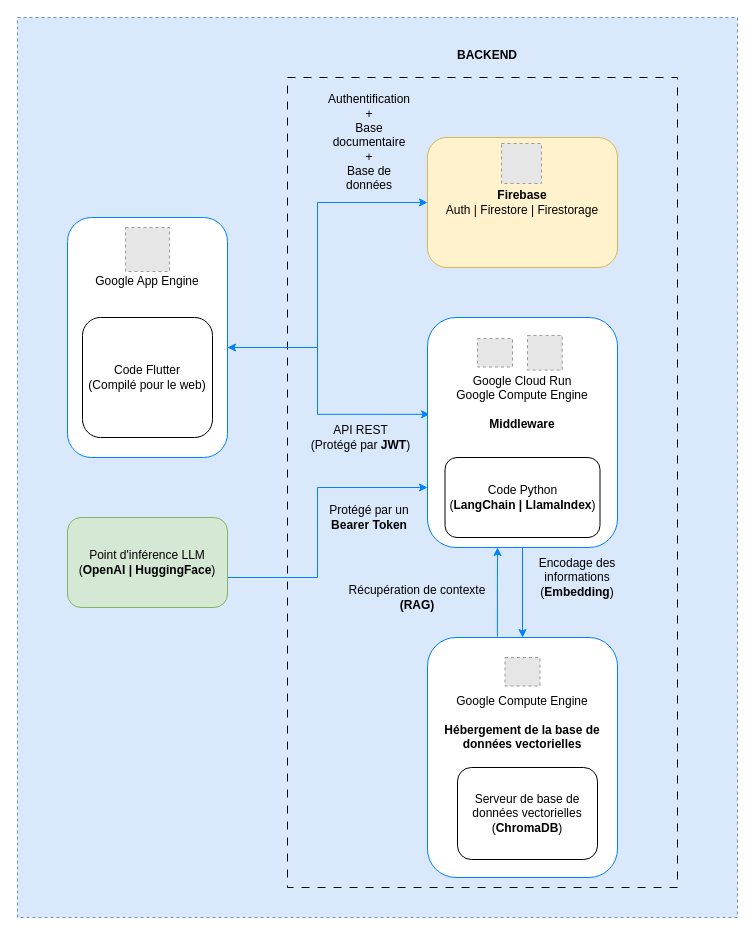
GilYounicorns/Graph keeps this draw.io diagram as page "Page-1" (1 of 3) of Rubix.drawio. Above is the earlier version. Source tidied: cells renumbered, new cells numbered last; positions are measured from the earlier drawing's top-left corner, leaving out a move shared by most shapes. Both pictures are drawn from the tidied source at 100%, with x=0, y=0 at pixel (17, 17). Pictures stored in the file or linked from it are replaced by grey dashed boxes.
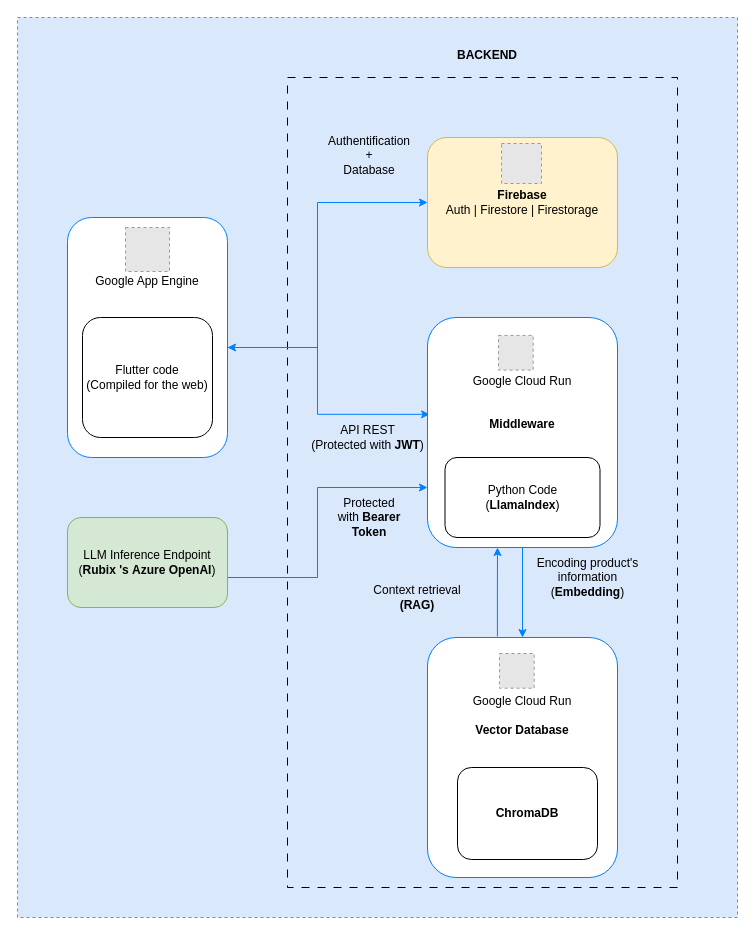
Above is the later version.

Commit message:
Mettre à jour Rubix.drawio

Unchanged cells that the change refers to:
```xml
<mxCell id="16" style="group;" parent="1" vertex="1">
  <mxGeometry x="410" y="620" width="190" height="240" as="geometry" />
</mxCell>
```

What changed in the source:
```diff
@@
-    <mxCell id="7" value="Code Flutter&lt;br&gt;(Compilé pour le web)" style="rounded=1;whiteSpace=wrap;html=1;" parent="1" vertex="1">
+    <mxCell id="7" value="Flutter code&lt;br&gt;(Compiled for the web)" style="rounded=1;whiteSpace=wrap;html=1;" parent="1" vertex="1">
       <mxGeometry x="65" y="300" width="130" height="120" as="geometry" />
     </mxCell>
@@
-    <mxCell id="10" value="Google Cloud Run&lt;br&gt;Google Compute Engine&lt;br&gt;&lt;br&gt;&lt;b&gt;Middleware&lt;/b&gt;" style="rounded=1;whiteSpace=wrap;html=1;verticalAlign=top;spacingTop=50;strokeColor=#007FFF;" parent="1" vertex="1">
+    <mxCell id="10" value="Google Cloud Run&lt;br&gt;&lt;br&gt;&lt;br&gt;&lt;b&gt;Middleware&lt;/b&gt;" style="rounded=1;whiteSpace=wrap;html=1;verticalAlign=top;spacingTop=50;strokeColor=#007FFF;" parent="1" vertex="1">
       <mxGeometry x="410" y="300" width="190" height="230" as="geometry" />
     </mxCell>
-    <mxCell id="11" value="Code Python&lt;br&gt;(&lt;b&gt;LangChain | LlamaIndex&lt;/b&gt;)" style="rounded=1;whiteSpace=wrap;html=1;align=center;" parent="1" vertex="1">
+    <mxCell id="11" value="Python Code&lt;br&gt;(&lt;b&gt;LlamaIndex&lt;/b&gt;)" style="rounded=1;whiteSpace=wrap;html=1;align=center;" parent="1" vertex="1">
       <mxGeometry x="427.5" y="440" width="155" height="80" as="geometry" />
     </mxCell>
@@
-    <mxCell id="13" value="Point d'inférence LLM&lt;br&gt;(&lt;b&gt;OpenAI | HuggingFace&lt;/b&gt;)" style="rounded=1;whiteSpace=wrap;html=1;fillColor=#d5e8d4;strokeColor=#82b366;" parent="1" vertex="1">
+    <mxCell id="13" value="LLM Inference Endpoint&lt;br&gt;(&lt;b&gt;Rubix 's&lt;/b&gt;&amp;nbsp;&lt;b&gt;Azure&lt;/b&gt;&amp;nbsp;&lt;b&gt;OpenAI&lt;/b&gt;)" style="rounded=1;whiteSpace=wrap;html=1;fillColor=#d5e8d4;strokeColor=#82b366;" parent="1" vertex="1">
       <mxGeometry x="50" y="500" width="160" height="90" as="geometry" />
     </mxCell>
-    <mxCell id="14" value="Authentification&lt;br&gt;+&lt;br&gt;Base documentaire&lt;br&gt;+&lt;br&gt;Base de données" style="text;html=1;strokeColor=none;fillColor=none;align=center;verticalAlign=middle;whiteSpace=wrap;rounded=0;" parent="1" vertex="1">
-      <mxGeometry x="312" y="80" width="80" height="90" as="geometry" />
+    <mxCell id="14" value="Authentification&lt;br&gt;+&lt;br&gt;Database" style="text;html=1;strokeColor=none;fillColor=none;align=center;verticalAlign=middle;whiteSpace=wrap;rounded=0;" parent="1" vertex="1">
+      <mxGeometry x="312" y="93" width="80" height="90" as="geometry" />
     </mxCell>
-    <mxCell id="15" value="API REST&lt;br&gt;(Protégé par &lt;b&gt;JWT&lt;/b&gt;)" style="text;html=1;strokeColor=none;fillColor=none;align=center;verticalAlign=middle;whiteSpace=wrap;rounded=0;" parent="1" vertex="1">
-      <mxGeometry x="290" y="400" width="107" height="40" as="geometry" />
+    <mxCell id="15" value="API REST&lt;br&gt;(Protected with&amp;nbsp;&lt;b&gt;JWT&lt;/b&gt;)" style="text;html=1;strokeColor=none;fillColor=none;align=center;verticalAlign=middle;whiteSpace=wrap;rounded=0;" parent="1" vertex="1">
+      <mxGeometry x="290" y="400" width="121" height="40" as="geometry" />
     </mxCell>
@@
-    <mxCell id="17" value="Google Compute Engine&lt;br&gt;&lt;br&gt;&lt;b&gt;Hébergement de la base de données vectorielles&lt;/b&gt;" style="rounded=1;whiteSpace=wrap;html=1;verticalAlign=top;spacingTop=50;strokeColor=#007FFF;" parent="16" vertex="1">
+    <mxCell id="17" value="Google Cloud Run&lt;br&gt;&lt;br&gt;&lt;b&gt;Vector Database&lt;/b&gt;" style="rounded=1;whiteSpace=wrap;html=1;verticalAlign=top;spacingTop=50;strokeColor=#007FFF;" parent="16" vertex="1">
       <mxGeometry width="190" height="240" as="geometry" />
     </mxCell>
-    <mxCell id="18" value="Serveur de base de données vectorielles&lt;br&gt;(&lt;b&gt;ChromaDB&lt;/b&gt;)" style="rounded=1;whiteSpace=wrap;html=1;align=center;" parent="16" vertex="1">
+    <mxCell id="18" value="&lt;b&gt;ChromaDB&lt;/b&gt;" style="rounded=1;whiteSpace=wrap;html=1;align=center;" parent="16" vertex="1">
       <mxGeometry x="30" y="130" width="140" height="92" as="geometry" />
     </mxCell>
-    <mxCell id="19" style="fillColor=#E6E6E6;strokeColor=#999999;dashed=1;verticalLabelPosition=bottom;labelBackgroundColor=default;verticalAlign=top;" parent="16" vertex="1">
-      <mxGeometry x="77.5" y="20" width="35" height="28.5" as="geometry" />
-    </mxCell>
+    <mxCell id="29" style="fillColor=#E6E6E6;strokeColor=#999999;dashed=1;verticalLabelPosition=bottom;labelBackgroundColor=default;verticalAlign=top;" parent="16" vertex="1">
+      <mxGeometry x="72" y="16" width="34.7" height="34.7" as="geometry" />
+    </mxCell>
-    <mxCell id="20" value="Encodage des informations&lt;br&gt;(&lt;b&gt;Embedding&lt;/b&gt;)" style="text;html=1;strokeColor=none;fillColor=none;align=center;verticalAlign=middle;whiteSpace=wrap;rounded=0;" parent="1" vertex="1">
-      <mxGeometry x="510" y="540" width="100" height="40" as="geometry" />
+    <mxCell id="20" value="Encoding product's information&lt;br&gt;(&lt;b&gt;Embedding&lt;/b&gt;)" style="text;html=1;strokeColor=none;fillColor=none;align=center;verticalAlign=middle;whiteSpace=wrap;rounded=0;" parent="1" vertex="1">
+      <mxGeometry x="510" y="540" width="121" height="40" as="geometry" />
     </mxCell>
@@
-    <mxCell id="22" value="Récupération de contexte&lt;br&gt;&lt;b&gt;(RAG)&lt;/b&gt;" style="text;html=1;strokeColor=none;fillColor=none;align=center;verticalAlign=middle;whiteSpace=wrap;rounded=0;" parent="1" vertex="1">
+    <mxCell id="22" value="Context retrieval&lt;br&gt;&lt;b&gt;(RAG)&lt;/b&gt;" style="text;html=1;strokeColor=none;fillColor=none;align=center;verticalAlign=middle;whiteSpace=wrap;rounded=0;" parent="1" vertex="1">
       <mxGeometry x="330" y="560" width="140" height="40" as="geometry" />
     </mxCell>
-    <mxCell id="23" value="Protégé par un &lt;b&gt;Bearer Token&lt;/b&gt;" style="text;html=1;strokeColor=none;fillColor=none;align=center;verticalAlign=middle;whiteSpace=wrap;rounded=0;" parent="1" vertex="1">
+    <mxCell id="23" value="Protected with&amp;nbsp;&lt;b&gt;Bearer Token&lt;/b&gt;" style="text;html=1;strokeColor=none;fillColor=none;align=center;verticalAlign=middle;whiteSpace=wrap;rounded=0;" parent="1" vertex="1">
       <mxGeometry x="307" y="480" width="90" height="40" as="geometry" />
     </mxCell>
-    <mxCell id="24" style="fillColor=#E6E6E6;strokeColor=#999999;dashed=1;verticalLabelPosition=bottom;labelBackgroundColor=default;verticalAlign=top;" parent="1" vertex="1">
-      <mxGeometry x="460" y="321" width="35" height="28.5" as="geometry" />
-    </mxCell>
     <mxCell id="25" style="fillColor=#E6E6E6;strokeColor=#999999;dashed=1;verticalLabelPosition=bottom;labelBackgroundColor=default;verticalAlign=top;" parent="1" vertex="1">
-      <mxGeometry x="510" y="317.9" width="34.7" height="34.7" as="geometry" />
+      <mxGeometry x="481" y="317.9" width="34.7" height="34.7" as="geometry" />
     </mxCell>
```
